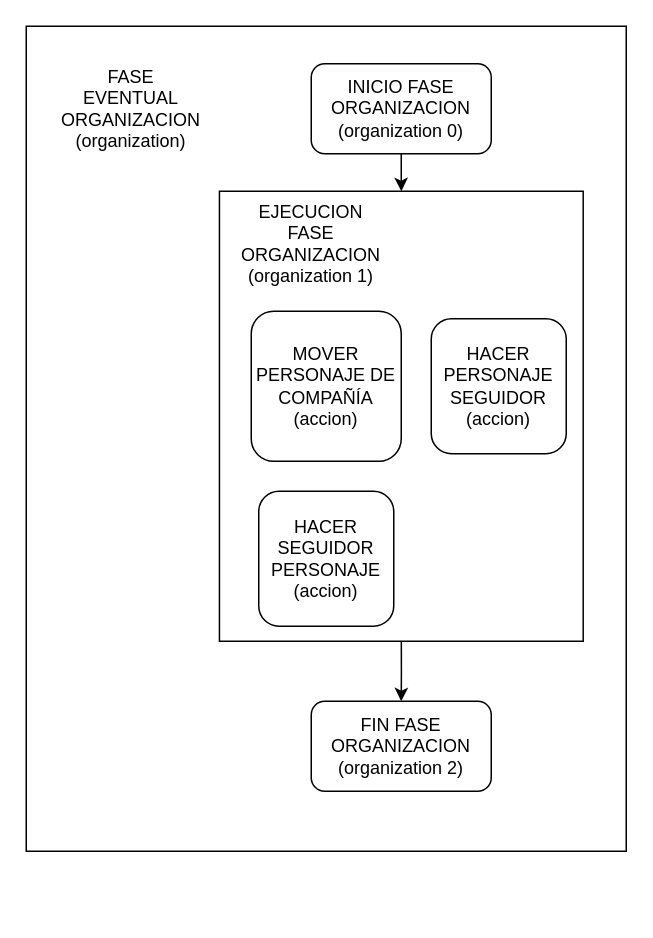
eru-manifestation/erus-will keeps this draw.io diagram as page "EP-organize-fell" (3 of 4) of developement/Esquemas.drawio. Above is the earlier version. Source tidied: cells renumbered, new cells numbered last; positions are measured from the earlier drawing's top-left corner, leaving out a move shared by most shapes. Both pictures are drawn from the tidied source at 150%, with x=0, y=0 at pixel (26, 26).
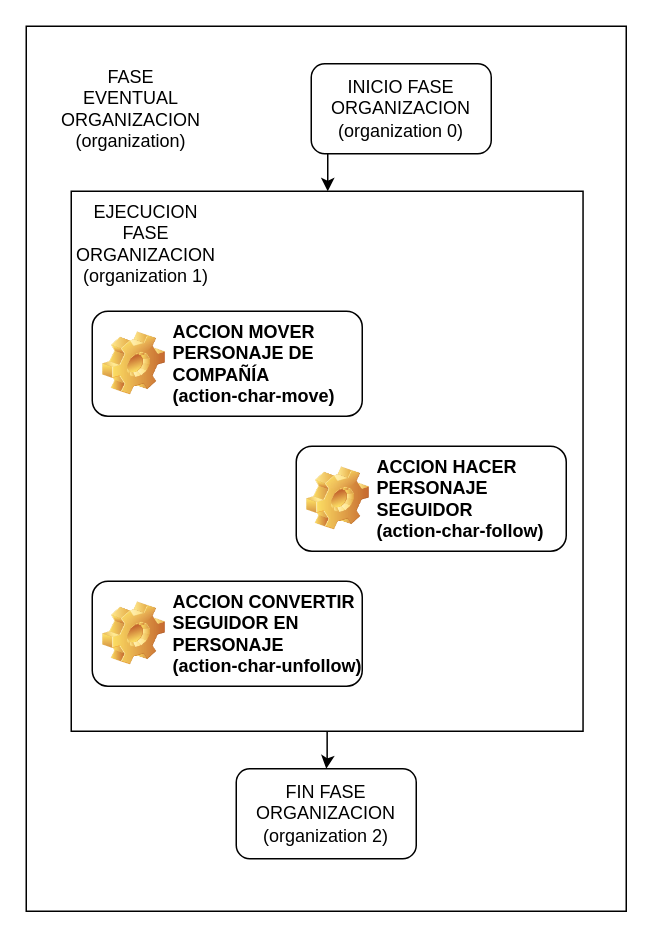
The same page after the edit.

Change to the diagram source:
```diff
@@
 <mxGraphModel>
   <root>
     <mxCell id="0" />
     <mxCell id="1" parent="0" />
     <mxCell id="2" style="rounded=0;whiteSpace=wrap;html=1;" parent="1" vertex="1">
-      <mxGeometry width="400" height="550" as="geometry" />
+      <mxGeometry width="400" height="590" as="geometry" />
     </mxCell>
     <mxCell id="3" value="FASE EVENTUAL ORGANIZACION&lt;br&gt;(organization)" style="text;html=1;strokeColor=none;fillColor=none;align=center;verticalAlign=middle;whiteSpace=wrap;rounded=0;" parent="1" vertex="1">
       <mxGeometry x="40" y="40" width="60" height="30" as="geometry" />
     </mxCell>
     <mxCell id="4" style="edgeStyle=orthogonalEdgeStyle;rounded=0;jettySize=auto;html=1;" parent="1" edge="1" source="5" target="7">
-      <mxGeometry relative="1" as="geometry" />
+      <mxGeometry relative="1" as="geometry">
+        <Array as="points">
+          <mxPoint x="201" y="100" />
+          <mxPoint x="201" y="100" />
+        </Array>
+      </mxGeometry>
     </mxCell>
     <mxCell id="5" value="INICIO FASE ORGANIZACION&lt;br&gt;(organization 0)" style="rounded=1;whiteSpace=wrap;html=1;" parent="1" vertex="1">
       <mxGeometry x="190" y="25" width="120" height="60" as="geometry" />
     </mxCell>
     <mxCell id="6" style="edgeStyle=orthogonalEdgeStyle;rounded=0;jettySize=auto;html=1;exitX=0.5;exitY=1;exitDx=0;exitDy=0;" parent="1" edge="1" source="7" target="12">
       <mxGeometry relative="1" as="geometry" />
     </mxCell>
     <mxCell id="7" style="rounded=0;whiteSpace=wrap;html=1;" parent="1" vertex="1">
-      <mxGeometry x="128.8" y="110" width="242.5" height="300" as="geometry" />
+      <mxGeometry x="30" y="110" width="341.2" height="360" as="geometry" />
     </mxCell>
     <mxCell id="8" value="EJECUCION FASE ORGANIZACION&lt;br&gt;(organization 1)" style="text;html=1;strokeColor=none;fillColor=none;align=center;verticalAlign=middle;whiteSpace=wrap;rounded=0;" parent="1" vertex="1">
-      <mxGeometry x="160" y="130" width="60" height="30" as="geometry" />
+      <mxGeometry x="50" y="130" width="60" height="30" as="geometry" />
     </mxCell>
-    <mxCell id="9" value="MOVER PERSONAJE DE COMPAÑÍA&lt;br&gt;(accion)" style="rounded=1;whiteSpace=wrap;html=1;" parent="1" vertex="1">
-      <mxGeometry x="150" y="190" width="100" height="100" as="geometry" />
-    </mxCell>
-    <mxCell id="10" value="HACER PERSONAJE SEGUIDOR&lt;br&gt;(accion)" style="rounded=1;whiteSpace=wrap;html=1;" parent="1" vertex="1">
-      <mxGeometry x="270" y="195" width="90" height="90" as="geometry" />
-    </mxCell>
-    <mxCell id="11" value="HACER SEGUIDOR PERSONAJE&lt;br&gt;(accion)" style="rounded=1;whiteSpace=wrap;html=1;" parent="1" vertex="1">
-      <mxGeometry x="155" y="310" width="90" height="90" as="geometry" />
-    </mxCell>
     <mxCell id="12" value="FIN FASE ORGANIZACION&lt;br&gt;(organization 2)" style="rounded=1;whiteSpace=wrap;html=1;" parent="1" vertex="1">
-      <mxGeometry x="190" y="450" width="120" height="60" as="geometry" />
+      <mxGeometry x="140" y="495" width="120" height="60" as="geometry" />
     </mxCell>
+    <mxCell id="13" value="ACCION MOVER PERSONAJE DE COMPAÑÍA&lt;br&gt;(action-char-move)" style="label;whiteSpace=wrap;html=1;image=img/clipart/Gear_128x128.png;" parent="1" vertex="1">
+      <mxGeometry x="44" y="190" width="180" height="70" as="geometry" />
+    </mxCell>
+    <mxCell id="14" value="ACCION HACER PERSONAJE SEGUIDOR&lt;br&gt;(action-char-follow)" style="label;whiteSpace=wrap;html=1;image=img/clipart/Gear_128x128.png;" parent="1" vertex="1">
+      <mxGeometry x="180" y="280" width="180" height="70" as="geometry" />
+    </mxCell>
+    <mxCell id="15" value="ACCION CONVERTIR SEGUIDOR EN PERSONAJE&lt;br&gt;(action-char-unfollow)" style="label;whiteSpace=wrap;html=1;image=img/clipart/Gear_128x128.png;" parent="1" vertex="1">
+      <mxGeometry x="44" y="370" width="180" height="70" as="geometry" />
+    </mxCell>
   </root>
 </mxGraphModel>
```
